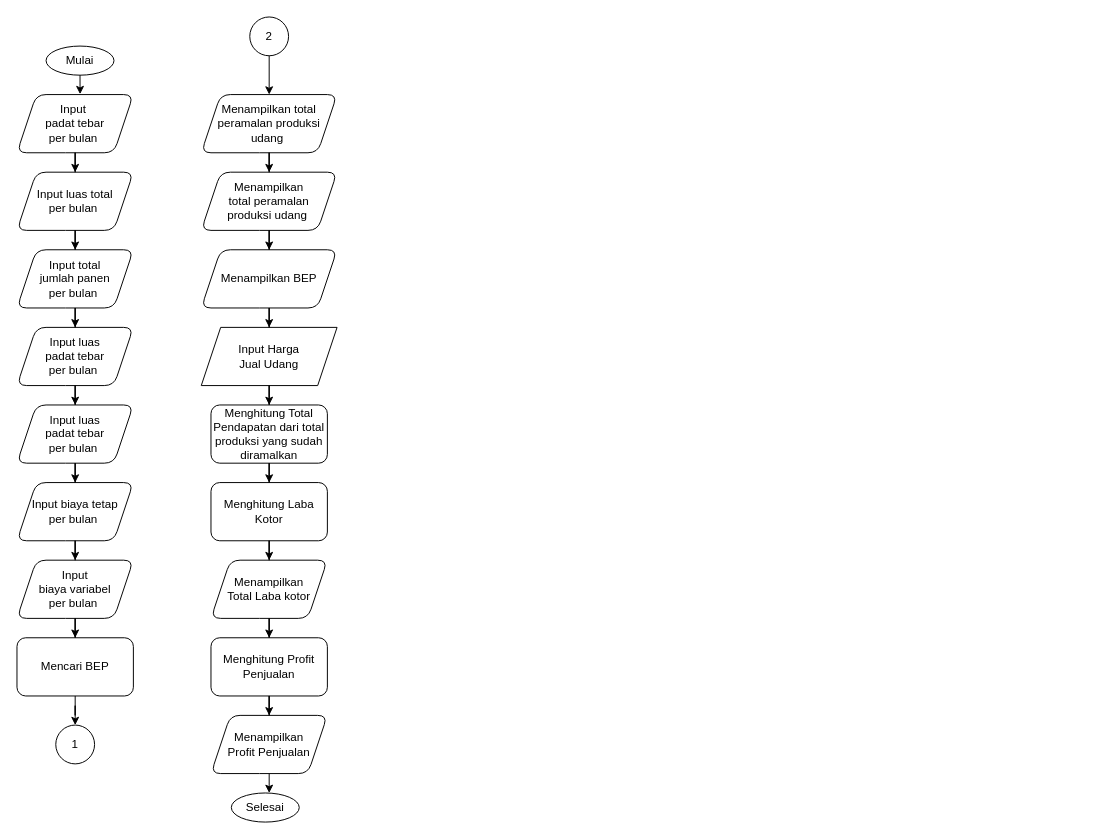
The draw.io diagram Untitled Diagram.drawio in rifjan29/draw--io, before the edit. Source tidied: cells renumbered, new cells numbered last; positions are measured from the earlier drawing's top-left corner, leaving out a move shared by most shapes. Both pictures are drawn from the tidied source at 97%, with x=0, y=0 at pixel (16, 16).
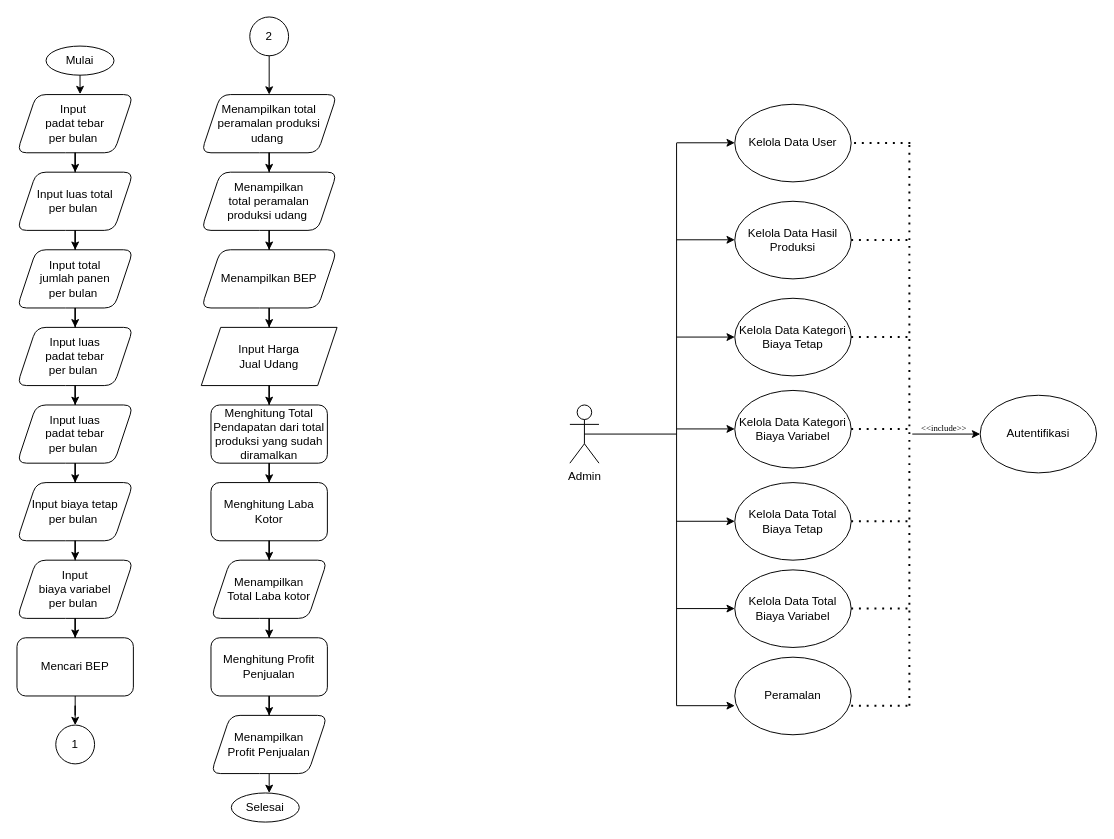
The same page after the edit.

Change to the diagram source:
```diff
@@
+    <mxCell id="43" style="group;" parent="1" vertex="1">
+      <mxGeometry x="570" y="90" width="543" height="650" as="geometry" />
+    </mxCell>
+    <mxCell id="44" style="group;" parent="43" vertex="1">
+      <mxGeometry x="110" width="243" height="650" as="geometry" />
+    </mxCell>
+    <mxCell id="45" value="Kelola Data User" style="ellipse;whiteSpace=wrap;html=1;" parent="44" vertex="1">
+      <mxGeometry x="60" width="120" height="80" as="geometry" />
+    </mxCell>
+    <mxCell id="46" value="Kelola Data Hasil Produksi" style="ellipse;whiteSpace=wrap;html=1;" parent="44" vertex="1">
+      <mxGeometry x="60" y="100" width="120" height="80" as="geometry" />
+    </mxCell>
+    <mxCell id="47" value="Kelola Data Kategori Biaya Tetap" style="ellipse;whiteSpace=wrap;html=1;" parent="44" vertex="1">
+      <mxGeometry x="60" y="200" width="120" height="80" as="geometry" />
+    </mxCell>
+    <mxCell id="48" value="Kelola Data Kategori Biaya Variabel" style="ellipse;whiteSpace=wrap;html=1;" parent="44" vertex="1">
+      <mxGeometry x="60" y="295" width="120" height="80" as="geometry" />
+    </mxCell>
+    <mxCell id="49" value="Kelola Data Total Biaya Tetap" style="ellipse;whiteSpace=wrap;html=1;" parent="44" vertex="1">
+      <mxGeometry x="60" y="390" width="120" height="80" as="geometry" />
+    </mxCell>
+    <mxCell id="50" value="Kelola Data Total Biaya Variabel" style="ellipse;whiteSpace=wrap;html=1;" parent="44" vertex="1">
+      <mxGeometry x="60" y="480" width="120" height="80" as="geometry" />
+    </mxCell>
+    <mxCell id="51" value="Peramalan" style="ellipse;whiteSpace=wrap;html=1;" parent="44" vertex="1">
+      <mxGeometry x="60" y="570" width="120" height="80" as="geometry" />
+    </mxCell>
+    <mxCell id="52" style="endArrow=none;html=1;rounded=0;" parent="44" edge="1">
+      <mxGeometry relative="1" as="geometry">
+        <mxPoint y="620" as="sourcePoint" />
+        <mxPoint y="40" as="targetPoint" />
+      </mxGeometry>
+    </mxCell>
+    <mxCell id="53" style="endArrow=classic;html=1;rounded=0;entryX=0;entryY=0.625;entryDx=0;entryDy=0;entryPerimeter=0;" parent="44" edge="1" target="51">
+      <mxGeometry relative="1" as="geometry">
+        <mxPoint y="620" as="sourcePoint" />
+      </mxGeometry>
+    </mxCell>
+    <mxCell id="54" style="endArrow=classic;html=1;rounded=0;entryX=0;entryY=0.625;entryDx=0;entryDy=0;entryPerimeter=0;" parent="44" edge="1">
+      <mxGeometry relative="1" as="geometry">
+        <mxPoint y="519.9" as="sourcePoint" />
+        <mxPoint x="60" y="519.9" as="targetPoint" />
+      </mxGeometry>
+    </mxCell>
+    <mxCell id="55" style="endArrow=classic;html=1;rounded=0;entryX=0;entryY=0.625;entryDx=0;entryDy=0;entryPerimeter=0;" parent="44" edge="1">
+      <mxGeometry relative="1" as="geometry">
+        <mxPoint y="429.9" as="sourcePoint" />
+        <mxPoint x="60" y="429.9" as="targetPoint" />
+      </mxGeometry>
+    </mxCell>
+    <mxCell id="56" style="endArrow=classic;html=1;rounded=0;entryX=0;entryY=0.625;entryDx=0;entryDy=0;entryPerimeter=0;" parent="44" edge="1">
+      <mxGeometry relative="1" as="geometry">
+        <mxPoint y="334.7" as="sourcePoint" />
+        <mxPoint x="60" y="334.7" as="targetPoint" />
+      </mxGeometry>
+    </mxCell>
+    <mxCell id="57" style="endArrow=classic;html=1;rounded=0;entryX=0;entryY=0.625;entryDx=0;entryDy=0;entryPerimeter=0;" parent="44" edge="1">
+      <mxGeometry relative="1" as="geometry">
+        <mxPoint y="240" as="sourcePoint" />
+        <mxPoint x="60" y="240" as="targetPoint" />
+      </mxGeometry>
+    </mxCell>
+    <mxCell id="58" style="endArrow=classic;html=1;rounded=0;entryX=0;entryY=0.625;entryDx=0;entryDy=0;entryPerimeter=0;" parent="44" edge="1">
+      <mxGeometry relative="1" as="geometry">
+        <mxPoint y="139.7" as="sourcePoint" />
+        <mxPoint x="60" y="139.7" as="targetPoint" />
+      </mxGeometry>
+    </mxCell>
+    <mxCell id="59" style="endArrow=classic;html=1;rounded=0;entryX=0;entryY=0.625;entryDx=0;entryDy=0;entryPerimeter=0;" parent="44" edge="1">
+      <mxGeometry relative="1" as="geometry">
+        <mxPoint y="39.7" as="sourcePoint" />
+        <mxPoint x="60" y="39.7" as="targetPoint" />
+      </mxGeometry>
+    </mxCell>
+    <mxCell id="60" style="endArrow=none;dashed=1;html=1;dashPattern=1 3;strokeWidth=2;rounded=0;" parent="44" edge="1">
+      <mxGeometry relative="1" as="geometry">
+        <mxPoint x="240" y="620" as="sourcePoint" />
+        <mxPoint x="240" y="40" as="targetPoint" />
+      </mxGeometry>
+    </mxCell>
+    <mxCell id="61" style="endArrow=none;dashed=1;html=1;dashPattern=1 3;strokeWidth=2;rounded=0;" parent="44" edge="1">
+      <mxGeometry relative="1" as="geometry">
+        <mxPoint x="183" y="39.9" as="sourcePoint" />
+        <mxPoint x="243" y="39.9" as="targetPoint" />
+      </mxGeometry>
+    </mxCell>
+    <mxCell id="62" style="endArrow=none;dashed=1;html=1;dashPattern=1 3;strokeWidth=2;rounded=0;" parent="44" edge="1">
+      <mxGeometry relative="1" as="geometry">
+        <mxPoint x="180" y="139.9" as="sourcePoint" />
+        <mxPoint x="240" y="139.9" as="targetPoint" />
+      </mxGeometry>
+    </mxCell>
+    <mxCell id="63" style="endArrow=none;dashed=1;html=1;dashPattern=1 3;strokeWidth=2;rounded=0;" parent="44" edge="1">
+      <mxGeometry relative="1" as="geometry">
+        <mxPoint x="180" y="239.9" as="sourcePoint" />
+        <mxPoint x="240" y="239.9" as="targetPoint" />
+      </mxGeometry>
+    </mxCell>
+    <mxCell id="64" style="endArrow=none;dashed=1;html=1;dashPattern=1 3;strokeWidth=2;rounded=0;" parent="44" edge="1">
+      <mxGeometry relative="1" as="geometry">
+        <mxPoint x="180" y="334.8" as="sourcePoint" />
+        <mxPoint x="240" y="334.8" as="targetPoint" />
+      </mxGeometry>
+    </mxCell>
+    <mxCell id="65" style="endArrow=none;dashed=1;html=1;dashPattern=1 3;strokeWidth=2;rounded=0;" parent="44" edge="1">
+      <mxGeometry relative="1" as="geometry">
+        <mxPoint x="180" y="429.8" as="sourcePoint" />
+        <mxPoint x="240" y="429.8" as="targetPoint" />
+      </mxGeometry>
+    </mxCell>
+    <mxCell id="66" style="endArrow=none;dashed=1;html=1;dashPattern=1 3;strokeWidth=2;rounded=0;" parent="44" edge="1">
+      <mxGeometry relative="1" as="geometry">
+        <mxPoint x="180" y="519.8" as="sourcePoint" />
+        <mxPoint x="240" y="519.8" as="targetPoint" />
+      </mxGeometry>
+    </mxCell>
+    <mxCell id="67" style="endArrow=none;dashed=1;html=1;dashPattern=1 3;strokeWidth=2;rounded=0;" parent="44" edge="1">
+      <mxGeometry relative="1" as="geometry">
+        <mxPoint x="180" y="620" as="sourcePoint" />
+        <mxPoint x="240" y="620" as="targetPoint" />
+      </mxGeometry>
+    </mxCell>
+    <mxCell id="68" style="endArrow=classic;html=1;rounded=0;entryX=0;entryY=0.5;entryDx=0;entryDy=0;" parent="43" edge="1" target="69">
+      <mxGeometry relative="1" as="geometry">
+        <mxPoint x="353" y="340" as="sourcePoint" />
+      </mxGeometry>
+    </mxCell>
+    <mxCell id="69" value="Autentifikasi" style="ellipse;whiteSpace=wrap;html=1;" parent="43" vertex="1">
+      <mxGeometry x="423" y="300" width="120" height="80" as="geometry" />
+    </mxCell>
+    <mxCell id="70" value="&lt;font face=&quot;Times New Roman&quot; style=&quot;font-size: 9px;&quot;&gt;&amp;lt;&amp;lt;include&amp;gt;&amp;gt;&lt;/font&gt;" style="text;html=1;strokeColor=none;fillColor=none;align=center;verticalAlign=middle;whiteSpace=wrap;rounded=0;" parent="43" vertex="1">
+      <mxGeometry x="356" y="318" width="60" height="30" as="geometry" />
+    </mxCell>
+    <mxCell id="71" value="Admin" style="shape=umlActor;verticalLabelPosition=bottom;verticalAlign=top;html=1;outlineConnect=0;" parent="43" vertex="1">
+      <mxGeometry y="310" width="30" height="60" as="geometry" />
+    </mxCell>
+    <mxCell id="72" style="endArrow=none;html=1;rounded=0;exitX=0.5;exitY=0.5;exitDx=0;exitDy=0;exitPerimeter=0;" parent="43" edge="1" source="71">
+      <mxGeometry relative="1" as="geometry">
+        <mxPoint x="110" y="340" as="targetPoint" />
+      </mxGeometry>
+    </mxCell>
```
